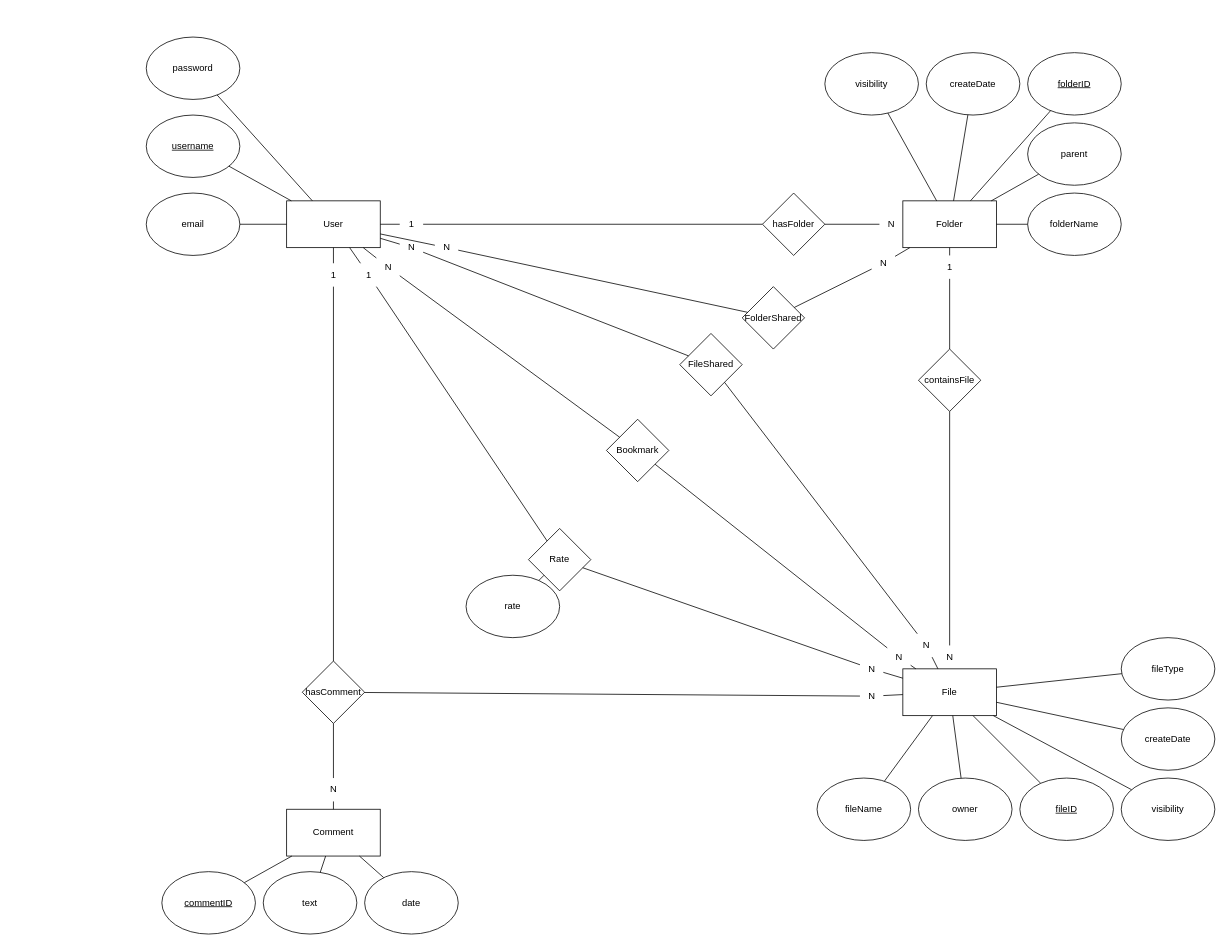
Earlier version of the draw.io diagram tervek/diagramok/EK-diagram.drawio (HedSut/2024-adatb-projekt-drive). Source tidied: cells renumbered, new cells numbered last; positions are measured from the earlier drawing's top-left corner, leaving out a move shared by most shapes. Both pictures are drawn from the tidied source at 78%, with x=0, y=0 at pixel (146, 37).
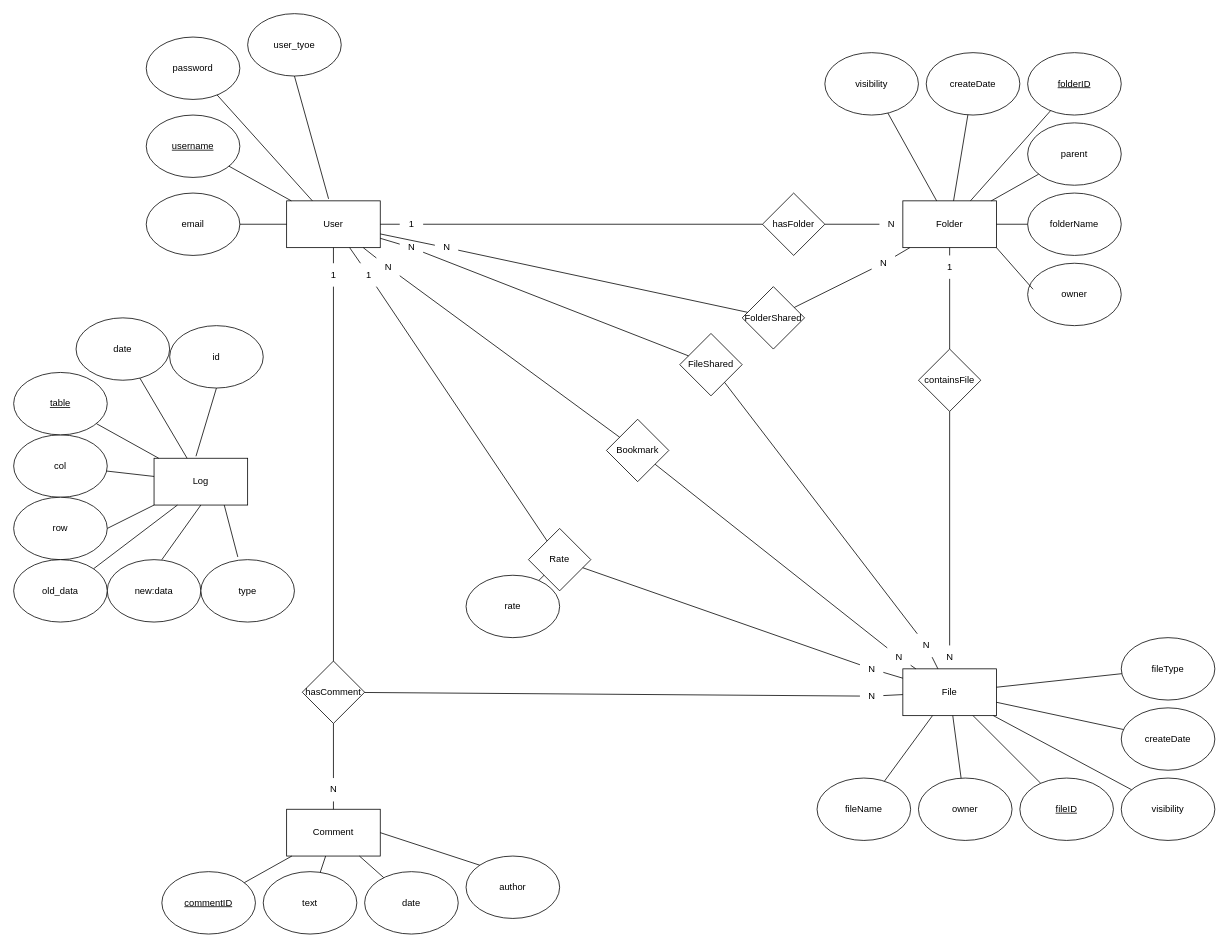
The same page after the edit.

The change refers to these unchanged cells:
```xml
<mxCell id="2" value="User" style="rounded=0;whiteSpace=wrap;html=1;" parent="1" vertex="1">
  <mxGeometry x="180" y="210" width="120" height="60" as="geometry" />
</mxCell>
<mxCell id="3" value="Folder" style="rounded=0;whiteSpace=wrap;html=1;" parent="1" vertex="1">
  <mxGeometry x="970" y="210" width="120" height="60" as="geometry" />
</mxCell>
<mxCell id="5" value="Comment" style="rounded=0;whiteSpace=wrap;html=1;" parent="1" vertex="1">
  <mxGeometry x="180" y="990" width="120" height="60" as="geometry" />
</mxCell>
```

The edit, as a diff of the source:
```diff
@@
+    <mxCell id="94" value="user_tyoe" style="ellipse;whiteSpace=wrap;html=1;" parent="1" vertex="1">
+      <mxGeometry x="130" y="-30" width="120" height="80" as="geometry" />
+    </mxCell>
+    <mxCell id="95" style="endArrow=none;html=1;rounded=0;entryX=0.5;entryY=1;entryDx=0;entryDy=0;exitX=0.448;exitY=-0.043;exitDx=0;exitDy=0;exitPerimeter=0;" parent="1" edge="1" source="2" target="94">
+      <mxGeometry relative="1" as="geometry" />
+    </mxCell>
+    <mxCell id="96" value="owner" style="ellipse;whiteSpace=wrap;html=1;" parent="1" vertex="1">
+      <mxGeometry x="1130" y="290" width="120" height="80" as="geometry" />
+    </mxCell>
+    <mxCell id="97" style="endArrow=none;html=1;rounded=0;entryX=0.058;entryY=0.417;entryDx=0;entryDy=0;entryPerimeter=0;exitX=1;exitY=1;exitDx=0;exitDy=0;" parent="1" edge="1" source="3" target="96">
+      <mxGeometry relative="1" as="geometry" />
+    </mxCell>
+    <mxCell id="98" value="author" style="ellipse;whiteSpace=wrap;html=1;" parent="1" vertex="1">
+      <mxGeometry x="410" y="1050" width="120" height="80" as="geometry" />
+    </mxCell>
+    <mxCell id="99" style="endArrow=none;html=1;rounded=0;entryX=0;entryY=0;entryDx=0;entryDy=0;exitX=1;exitY=0.5;exitDx=0;exitDy=0;" parent="1" edge="1" source="5" target="98">
+      <mxGeometry relative="1" as="geometry" />
+    </mxCell>
+    <mxCell id="100" value="Log" style="rounded=0;whiteSpace=wrap;html=1;" parent="1" vertex="1">
+      <mxGeometry x="10" y="540" width="120" height="60" as="geometry" />
+    </mxCell>
+    <mxCell id="101" value="col" style="ellipse;whiteSpace=wrap;html=1;" parent="1" vertex="1">
+      <mxGeometry x="-170" y="510" width="120" height="80" as="geometry" />
+    </mxCell>
+    <mxCell id="102" value="&lt;u&gt;table&lt;/u&gt;" style="ellipse;whiteSpace=wrap;html=1;" parent="1" vertex="1">
+      <mxGeometry x="-170" y="430" width="120" height="80" as="geometry" />
+    </mxCell>
+    <mxCell id="103" value="date" style="ellipse;whiteSpace=wrap;html=1;" parent="1" vertex="1">
+      <mxGeometry x="-90" y="360" width="120" height="80" as="geometry" />
+    </mxCell>
+    <mxCell id="104" style="endArrow=none;html=1;rounded=0;" parent="1" edge="1" source="103" target="100">
+      <mxGeometry relative="1" as="geometry" />
+    </mxCell>
+    <mxCell id="105" style="endArrow=none;html=1;rounded=0;" parent="1" edge="1" source="102" target="100">
+      <mxGeometry relative="1" as="geometry" />
+    </mxCell>
+    <mxCell id="106" style="endArrow=none;html=1;rounded=0;" parent="1" edge="1" source="101" target="100">
+      <mxGeometry relative="1" as="geometry" />
+    </mxCell>
+    <mxCell id="107" value="id" style="ellipse;whiteSpace=wrap;html=1;" parent="1" vertex="1">
+      <mxGeometry x="30" y="370" width="120" height="80" as="geometry" />
+    </mxCell>
+    <mxCell id="108" style="endArrow=none;html=1;rounded=0;entryX=0.5;entryY=1;entryDx=0;entryDy=0;exitX=0.448;exitY=-0.043;exitDx=0;exitDy=0;exitPerimeter=0;" parent="1" edge="1" source="100" target="107">
+      <mxGeometry relative="1" as="geometry" />
+    </mxCell>
+    <mxCell id="109" value="row" style="ellipse;whiteSpace=wrap;html=1;" parent="1" vertex="1">
+      <mxGeometry x="-170" y="590" width="120" height="80" as="geometry" />
+    </mxCell>
+    <mxCell id="110" value="new:data" style="ellipse;whiteSpace=wrap;html=1;" parent="1" vertex="1">
+      <mxGeometry x="-50" y="670" width="120" height="80" as="geometry" />
+    </mxCell>
+    <mxCell id="111" value="old_data" style="ellipse;whiteSpace=wrap;html=1;" parent="1" vertex="1">
+      <mxGeometry x="-170" y="670" width="120" height="80" as="geometry" />
+    </mxCell>
+    <mxCell id="112" value="type" style="ellipse;whiteSpace=wrap;html=1;" parent="1" vertex="1">
+      <mxGeometry x="70" y="670" width="120" height="80" as="geometry" />
+    </mxCell>
+    <mxCell id="113" style="endArrow=none;html=1;rounded=0;exitX=1;exitY=0.5;exitDx=0;exitDy=0;entryX=0;entryY=1;entryDx=0;entryDy=0;" parent="1" edge="1" source="109" target="100">
+      <mxGeometry relative="1" as="geometry" />
+    </mxCell>
+    <mxCell id="114" style="endArrow=none;html=1;rounded=0;entryX=0.25;entryY=1;entryDx=0;entryDy=0;exitX=1;exitY=0;exitDx=0;exitDy=0;" parent="1" edge="1" source="111" target="100">
+      <mxGeometry relative="1" as="geometry" />
+    </mxCell>
+    <mxCell id="115" style="endArrow=none;html=1;rounded=0;entryX=0.5;entryY=1;entryDx=0;entryDy=0;" parent="1" edge="1" target="100">
+      <mxGeometry relative="1" as="geometry">
+        <mxPoint x="20" y="670" as="sourcePoint" />
+      </mxGeometry>
+    </mxCell>
+    <mxCell id="116" style="endArrow=none;html=1;rounded=0;entryX=0.75;entryY=1;entryDx=0;entryDy=0;exitX=0.395;exitY=-0.043;exitDx=0;exitDy=0;exitPerimeter=0;" parent="1" edge="1" source="112" target="100">
+      <mxGeometry relative="1" as="geometry" />
+    </mxCell>
```
